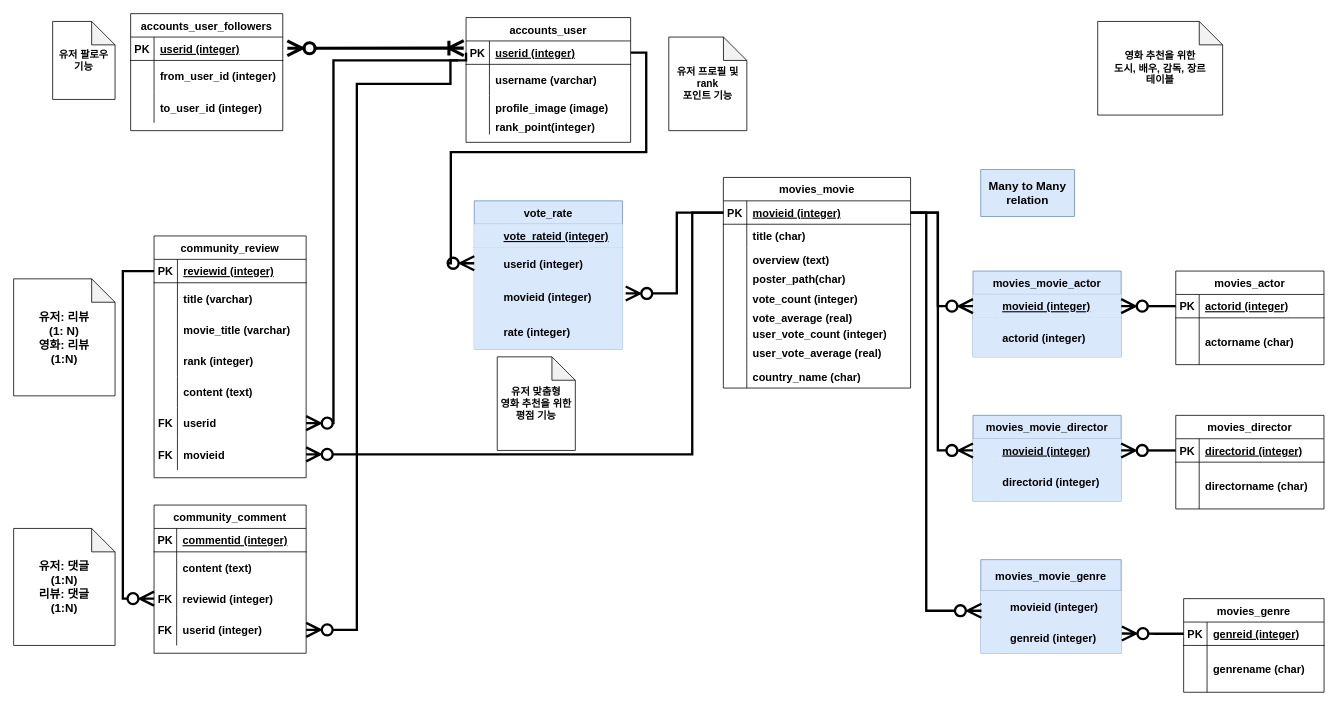
Above: sqlite-learn/prac_sql/movie_pjt.drawio in Santiago-kwp/TIL (draw.io), before the change. Source tidied: cells renumbered, new cells numbered last; positions are measured from the earlier drawing's top-left corner, leaving out a move shared by most shapes. Both pictures are drawn from the tidied source at 78%, with x=0, y=0 at pixel (13, 13).
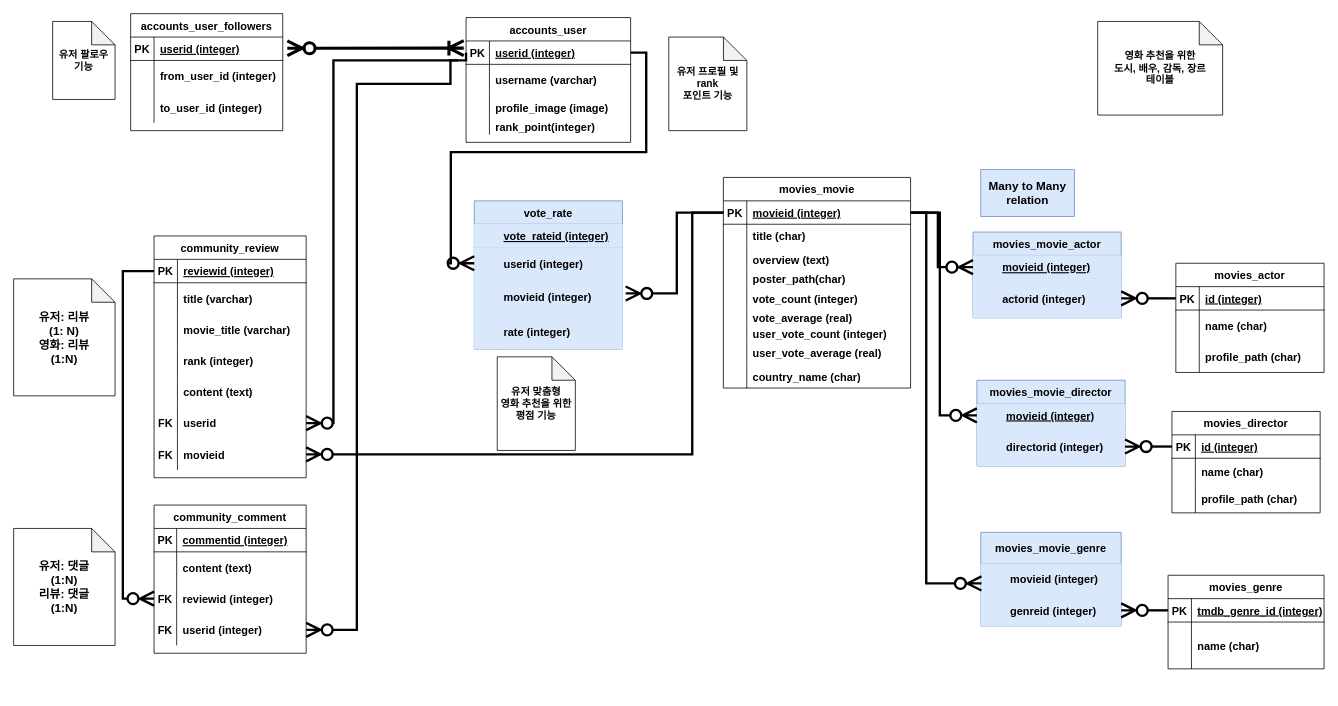
The same page after the edit.

Unchanged cells that the change refers to:
```xml
<mxCell id="100" style="shape=partialRectangle;fillColor=none;top=0;left=0;bottom=1;right=0;points=[[0,0.5],[1,0.5]];portConstraint=eastwest;fontStyle=1;fontSize=14;" parent="99" vertex="1">
  <mxGeometry y="30" width="190" height="30" as="geometry" />
</mxCell>
<mxCell id="107" style="shape=partialRectangle;fillColor=#dae8fc;top=0;left=0;bottom=0;right=0;points=[[0,0.5],[1,0.5]];portConstraint=eastwest;fontSize=14;strokeColor=#6c8ebf;" parent="106" vertex="1">
  <mxGeometry y="40" width="180" height="40" as="geometry" />
</mxCell>
<mxCell id="110" style="shape=partialRectangle;fillColor=#dae8fc;top=0;left=0;bottom=0;right=0;points=[[0,0.5],[1,0.5]];portConstraint=eastwest;fontSize=14;strokeColor=#6c8ebf;" parent="106" vertex="1">
  <mxGeometry y="80" width="180" height="40" as="geometry" />
</mxCell>
<mxCell id="116" style="shape=partialRectangle;fillColor=none;top=0;left=0;bottom=1;right=0;points=[[0,0.5],[1,0.5]];portConstraint=eastwest;fontStyle=1;fontSize=14;" parent="115" vertex="1">
  <mxGeometry y="30" width="190" height="30" as="geometry" />
</mxCell>
<mxCell id="123" style="shape=partialRectangle;fillColor=#dae8fc;top=0;left=0;bottom=1;right=0;points=[[0,0.5],[1,0.5]];portConstraint=eastwest;fontStyle=1;fontSize=14;strokeColor=#6c8ebf;" parent="122" vertex="1">
  <mxGeometry y="30" width="190" height="30" as="geometry" />
</mxCell>
<mxCell id="126" style="shape=partialRectangle;fillColor=#dae8fc;top=0;left=0;bottom=0;right=0;points=[[0,0.5],[1,0.5]];portConstraint=eastwest;fontStyle=1;fontSize=14;strokeColor=#6c8ebf;" parent="122" vertex="1">
  <mxGeometry y="60" width="190" height="50" as="geometry" />
</mxCell>
<mxCell id="130" style="shape=partialRectangle;fillColor=#dae8fc;top=0;left=0;bottom=1;right=0;points=[[0,0.5],[1,0.5]];portConstraint=eastwest;fontStyle=1;fontSize=14;strokeColor=#6c8ebf;" parent="129" vertex="1">
  <mxGeometry y="30" width="190" height="30" as="geometry" />
</mxCell>
<mxCell id="133" style="shape=partialRectangle;fillColor=#dae8fc;top=0;left=0;bottom=0;right=0;points=[[0,0.5],[1,0.5]];portConstraint=eastwest;fontStyle=1;fontSize=14;strokeColor=#6c8ebf;" parent="129" vertex="1">
  <mxGeometry y="60" width="190" height="50" as="geometry" />
</mxCell>
```

What changed in the source:
```diff
@@
     <mxCell id="92" value="movies_genre" style="shape=table;startSize=30;childLayout=tableLayout;rowLines=0;fontStyle=1;align=center;fontSize=14;" parent="1" vertex="1">
-      <mxGeometry x="1500" y="750" width="180" height="120" as="geometry" />
+      <mxGeometry x="1480" y="720" width="200" height="120" as="geometry" />
     </mxCell>
     <mxCell id="93" style="shape=partialRectangle;fillColor=none;top=0;left=0;bottom=1;right=0;points=[[0,0.5],[1,0.5]];portConstraint=eastwest;fontStyle=1;fontSize=14;" parent="92" vertex="1">
-      <mxGeometry y="30" width="180" height="30" as="geometry" />
+      <mxGeometry y="30" width="200" height="30" as="geometry" />
     </mxCell>
@@
-    <mxCell id="95" value="genreid (integer)" style="shape=partialRectangle;fillColor=none;top=0;left=0;bottom=0;right=0;align=left;spacingLeft=6;fontStyle=5;overflow=hidden;fontSize=14;" parent="93" vertex="1">
-      <mxGeometry x="30" width="150" height="30" as="geometry" />
+    <mxCell id="95" value="tmdb_genre_id (integer)" style="shape=partialRectangle;fillColor=none;top=0;left=0;bottom=0;right=0;align=left;spacingLeft=6;fontStyle=5;overflow=hidden;fontSize=14;" parent="93" vertex="1">
+      <mxGeometry x="30" width="170" height="30" as="geometry" />
     </mxCell>
     <mxCell id="96" style="shape=partialRectangle;fillColor=none;top=0;left=0;bottom=0;right=0;fontStyle=1;fontSize=14;" parent="92" vertex="1">
-      <mxGeometry y="60" width="180" height="60" as="geometry" />
+      <mxGeometry y="60" width="200" height="60" as="geometry" />
     </mxCell>
@@
-    <mxCell id="98" value="genrename (char)" style="shape=partialRectangle;fillColor=none;top=0;left=0;bottom=0;right=0;align=left;spacingLeft=6;overflow=hidden;fontStyle=1;fontSize=14;" parent="96" vertex="1">
-      <mxGeometry x="30" width="150" height="60" as="geometry" />
+    <mxCell id="98" value="name (char)" style="shape=partialRectangle;fillColor=none;top=0;left=0;bottom=0;right=0;align=left;spacingLeft=6;overflow=hidden;fontStyle=1;fontSize=14;" parent="96" vertex="1">
+      <mxGeometry x="30" width="170" height="60" as="geometry" />
     </mxCell>
     <mxCell id="99" value="movies_actor" style="shape=table;startSize=30;childLayout=tableLayout;rowLines=0;fontStyle=1;align=center;fontSize=14;" parent="1" vertex="1">
-      <mxGeometry x="1489.9" y="330" width="190" height="120" as="geometry" />
+      <mxGeometry x="1490" y="320" width="190" height="140" as="geometry" />
     </mxCell>
@@
-    <mxCell id="102" value="actorid (integer)" style="shape=partialRectangle;fillColor=none;top=0;left=0;bottom=0;right=0;align=left;spacingLeft=6;fontStyle=5;overflow=hidden;fontSize=14;" parent="100" vertex="1">
+    <mxCell id="102" value="id (integer)" style="shape=partialRectangle;fillColor=none;top=0;left=0;bottom=0;right=0;align=left;spacingLeft=6;fontStyle=5;overflow=hidden;fontSize=14;" parent="100" vertex="1">
       <mxGeometry x="30" width="160" height="30" as="geometry" />
     </mxCell>
     <mxCell id="103" style="shape=partialRectangle;fillColor=none;top=0;left=0;bottom=0;right=0;fontStyle=1;fontSize=14;" parent="99" vertex="1">
-      <mxGeometry y="60" width="190" height="60" as="geometry" />
+      <mxGeometry y="60" width="190" height="40" as="geometry" />
     </mxCell>
     <mxCell id="104" style="shape=partialRectangle;fillColor=none;top=0;left=0;bottom=0;right=0;overflow=hidden;fontStyle=1;fontSize=14;" parent="103" vertex="1">
-      <mxGeometry width="30" height="60" as="geometry" />
+      <mxGeometry width="30" height="40" as="geometry" />
     </mxCell>
-    <mxCell id="105" value="actorname (char)" style="shape=partialRectangle;fillColor=none;top=0;left=0;bottom=0;right=0;align=left;spacingLeft=6;overflow=hidden;fontStyle=1;fontSize=14;" parent="103" vertex="1">
-      <mxGeometry x="30" width="160" height="60" as="geometry" />
+    <mxCell id="105" value="name (char)" style="shape=partialRectangle;fillColor=none;top=0;left=0;bottom=0;right=0;align=left;spacingLeft=6;overflow=hidden;fontStyle=1;fontSize=14;" parent="103" vertex="1">
+      <mxGeometry x="30" width="160" height="40" as="geometry" />
     </mxCell>
+    <mxCell id="163" style="shape=partialRectangle;fillColor=none;top=0;left=0;bottom=0;right=0;fontStyle=1;fontSize=14;" parent="99" vertex="1">
+      <mxGeometry y="100" width="190" height="40" as="geometry" />
+    </mxCell>
+    <mxCell id="164" style="shape=partialRectangle;fillColor=none;top=0;left=0;bottom=0;right=0;overflow=hidden;fontStyle=1;fontSize=14;" parent="163" vertex="1">
+      <mxGeometry width="30" height="40" as="geometry" />
+    </mxCell>
+    <mxCell id="165" value="profile_path (char)" style="shape=partialRectangle;fillColor=none;top=0;left=0;bottom=0;right=0;align=left;spacingLeft=6;overflow=hidden;fontStyle=1;fontSize=14;" parent="163" vertex="1">
+      <mxGeometry x="30" width="160" height="40" as="geometry" />
+    </mxCell>
     <mxCell id="106" value="movies_movie_genre" style="shape=table;startSize=40;childLayout=tableLayout;rowLines=0;fontStyle=1;align=center;fontSize=14;fillColor=#dae8fc;strokeColor=#6c8ebf;" parent="1" vertex="1">
-      <mxGeometry x="1239.9" y="700" width="180" height="120" as="geometry" />
+      <mxGeometry x="1239.9" y="665" width="180" height="120" as="geometry" />
     </mxCell>
@@
-    <mxCell id="113" style="edgeStyle=orthogonalEdgeStyle;rounded=0;jumpStyle=none;jettySize=auto;html=1;exitX=0;exitY=0.5;exitDx=0;exitDy=0;entryX=1.005;entryY=0.367;entryDx=0;entryDy=0;entryPerimeter=0;fontSize=13;endArrow=ERzeroToMany;endFill=0;startSize=14;endSize=14;strokeWidth=3;" parent="1" edge="1" source="93" target="110">
-      <mxGeometry relative="1" as="geometry" />
-    </mxCell>
     <mxCell id="114" style="edgeStyle=orthogonalEdgeStyle;rounded=0;jumpStyle=none;jettySize=auto;html=1;entryX=0.005;entryY=0.637;entryDx=0;entryDy=0;entryPerimeter=0;fontSize=13;endArrow=ERzeroToMany;endFill=0;startSize=14;endSize=14;strokeWidth=3;" parent="1" edge="1" target="107">
       <mxGeometry relative="1" as="geometry">
         <mxPoint x="1150" y="255" as="sourcePoint" />
         <Array as="points">
           <mxPoint x="1170" y="255" />
-          <mxPoint x="1170" y="766" />
+          <mxPoint x="1170" y="731" />
         </Array>
       </mxGeometry>
     </mxCell>
     <mxCell id="115" value="movies_director" style="shape=table;startSize=30;childLayout=tableLayout;rowLines=0;fontStyle=1;align=center;fontSize=14;" parent="1" vertex="1">
-      <mxGeometry x="1489.9" y="515" width="190" height="120" as="geometry" />
+      <mxGeometry x="1485" y="510" width="190" height="130" as="geometry" />
     </mxCell>
@@
-    <mxCell id="118" value="directorid (integer)" style="shape=partialRectangle;fillColor=none;top=0;left=0;bottom=0;right=0;align=left;spacingLeft=6;fontStyle=5;overflow=hidden;fontSize=14;" parent="116" vertex="1">
+    <mxCell id="118" value="id (integer)" style="shape=partialRectangle;fillColor=none;top=0;left=0;bottom=0;right=0;align=left;spacingLeft=6;fontStyle=5;overflow=hidden;fontSize=14;" parent="116" vertex="1">
       <mxGeometry x="30" width="160" height="30" as="geometry" />
     </mxCell>
     <mxCell id="119" style="shape=partialRectangle;fillColor=none;top=0;left=0;bottom=0;right=0;fontStyle=1;fontSize=14;" parent="115" vertex="1">
-      <mxGeometry y="60" width="190" height="60" as="geometry" />
+      <mxGeometry y="60" width="190" height="35" as="geometry" />
     </mxCell>
     <mxCell id="120" style="shape=partialRectangle;fillColor=none;top=0;left=0;bottom=0;right=0;overflow=hidden;fontStyle=1;fontSize=14;" parent="119" vertex="1">
-      <mxGeometry width="30" height="60" as="geometry" />
+      <mxGeometry width="30" height="35" as="geometry" />
     </mxCell>
-    <mxCell id="121" value="directorname (char)" style="shape=partialRectangle;fillColor=none;top=0;left=0;bottom=0;right=0;align=left;spacingLeft=6;overflow=hidden;fontStyle=1;fontSize=14;" parent="119" vertex="1">
-      <mxGeometry x="30" width="160" height="60" as="geometry" />
+    <mxCell id="121" value="name (char)" style="shape=partialRectangle;fillColor=none;top=0;left=0;bottom=0;right=0;align=left;spacingLeft=6;overflow=hidden;fontStyle=1;fontSize=14;" parent="119" vertex="1">
+      <mxGeometry x="30" width="160" height="35" as="geometry" />
     </mxCell>
+    <mxCell id="166" style="shape=partialRectangle;fillColor=none;top=0;left=0;bottom=0;right=0;fontStyle=1;fontSize=14;" parent="115" vertex="1">
+      <mxGeometry y="95" width="190" height="35" as="geometry" />
+    </mxCell>
+    <mxCell id="167" style="shape=partialRectangle;fillColor=none;top=0;left=0;bottom=0;right=0;overflow=hidden;fontStyle=1;fontSize=14;" parent="166" vertex="1">
+      <mxGeometry width="30" height="35" as="geometry" />
+    </mxCell>
+    <mxCell id="168" value="profile_path (char)" style="shape=partialRectangle;fillColor=none;top=0;left=0;bottom=0;right=0;align=left;spacingLeft=6;overflow=hidden;fontStyle=1;fontSize=14;" parent="166" vertex="1">
+      <mxGeometry x="30" width="160" height="35" as="geometry" />
+    </mxCell>
     <mxCell id="122" value="movies_movie_actor" style="shape=table;startSize=30;childLayout=tableLayout;rowLines=0;fontStyle=1;align=center;fontSize=14;fillColor=#dae8fc;strokeColor=#6c8ebf;" parent="1" vertex="1">
-      <mxGeometry x="1229.9" y="330" width="190" height="110" as="geometry" />
+      <mxGeometry x="1229.9" y="280" width="190" height="110" as="geometry" />
     </mxCell>
@@
     <mxCell id="129" value="movies_movie_director" style="shape=table;startSize=30;childLayout=tableLayout;rowLines=0;fontStyle=1;align=center;fontSize=14;fillColor=#dae8fc;strokeColor=#6c8ebf;" parent="1" vertex="1">
-      <mxGeometry x="1229.9" y="515" width="190" height="110" as="geometry" />
+      <mxGeometry x="1234.9" y="470" width="190" height="110" as="geometry" />
     </mxCell>
@@
-    <mxCell id="137" style="edgeStyle=orthogonalEdgeStyle;rounded=0;jumpStyle=none;jettySize=auto;html=1;exitX=0;exitY=0.5;exitDx=0;exitDy=0;entryX=1;entryY=0.5;entryDx=0;entryDy=0;fontSize=13;endArrow=ERzeroToMany;endFill=0;startSize=14;endSize=14;strokeWidth=3;" parent="1" edge="1" source="100" target="123">
+    <mxCell id="137" style="edgeStyle=orthogonalEdgeStyle;rounded=0;jumpStyle=none;jettySize=auto;html=1;exitX=0;exitY=0.5;exitDx=0;exitDy=0;entryX=1;entryY=0.5;entryDx=0;entryDy=0;fontSize=13;endArrow=ERzeroToMany;endFill=0;startSize=14;endSize=14;strokeWidth=3;" parent="1" edge="1" source="100" target="126">
       <mxGeometry relative="1" as="geometry" />
     </mxCell>
-    <mxCell id="138" style="edgeStyle=orthogonalEdgeStyle;rounded=0;jumpStyle=none;jettySize=auto;html=1;exitX=0;exitY=0.5;exitDx=0;exitDy=0;fontSize=13;endArrow=ERzeroToMany;endFill=0;startSize=14;endSize=14;strokeWidth=3;" parent="1" edge="1" source="116" target="130">
+    <mxCell id="138" style="edgeStyle=orthogonalEdgeStyle;rounded=0;jumpStyle=none;jettySize=auto;html=1;exitX=0;exitY=0.5;exitDx=0;exitDy=0;fontSize=13;endArrow=ERzeroToMany;endFill=0;startSize=14;endSize=14;strokeWidth=3;entryX=1;entryY=0.5;entryDx=0;entryDy=0;" parent="1" edge="1" source="116" target="133">
       <mxGeometry relative="1" as="geometry" />
     </mxCell>
@@
+    <mxCell id="113" style="edgeStyle=orthogonalEdgeStyle;rounded=0;jumpStyle=none;jettySize=auto;html=1;exitX=0;exitY=0.5;exitDx=0;exitDy=0;fontSize=13;endArrow=ERzeroToMany;endFill=0;startSize=14;endSize=14;strokeWidth=3;entryX=1;entryY=0.5;entryDx=0;entryDy=0;" parent="1" edge="1" source="93" target="110">
+      <mxGeometry relative="1" as="geometry" />
+    </mxCell>
```
